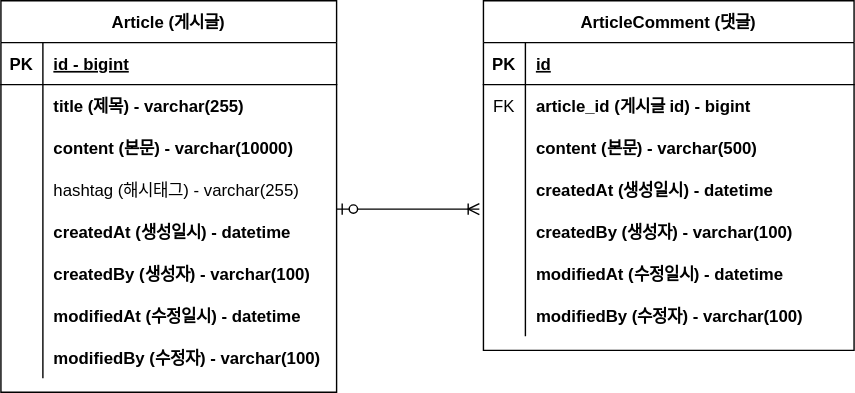
Above: fastcampus-project-board/document/project-board-erd.svg in jihye0418/STUDY-SPRING (draw.io), before the change. Source tidied: cells renumbered, new cells last; positions are measured from the earlier drawing's top-left corner, leaving out a move shared by most shapes.
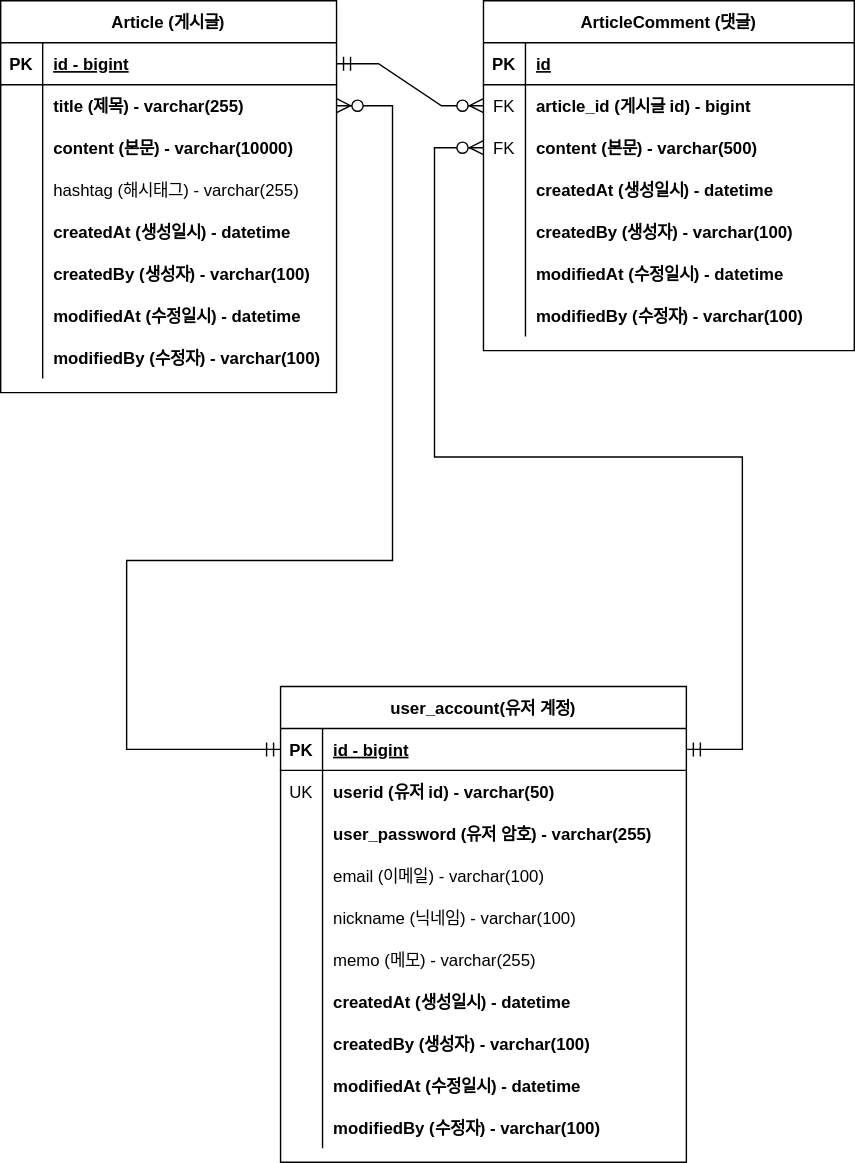
The same diagram one commit later.

Commit message:
#23 - 회원 계정 도메인 구현 및 erd 반영

Change to the diagram source:
```diff
@@ -26,7 +26,7 @@
     <mxCell id="9" style="shape=partialRectangle;fillColor=none;points=[[0,0.5],[1,0.5]];portConstraint=eastwest;top=0;left=0;right=0;bottom=0;" parent="2" vertex="1">
       <mxGeometry y="90" width="265" height="30" as="geometry" />
     </mxCell>
-    <mxCell id="10" style="shape=partialRectangle;overflow=hidden;fillColor=none;top=0;left=0;bottom=0;right=0;" parent="9" vertex="1">
+    <mxCell id="10" value="FK" style="shape=partialRectangle;overflow=hidden;fillColor=none;top=0;left=0;bottom=0;right=0;" parent="9" vertex="1">
       <mxGeometry width="30" height="30" as="geometry" />
     </mxCell>
     <mxCell id="11" value="content (본문) - varchar(500)" style="shape=partialRectangle;overflow=hidden;fillColor=none;top=0;left=0;bottom=0;right=0;align=left;spacingLeft=6;fontStyle=1;" parent="9" vertex="1">
@@ -146,10 +146,121 @@
     <mxCell id="49" style="shape=partialRectangle;overflow=hidden;fillColor=none;top=0;left=0;bottom=0;right=0;" parent="1" vertex="1">
       <mxGeometry x="40" y="90" width="30" height="30" as="geometry" />
     </mxCell>
-    <mxCell id="50" style="edgeStyle=entityRelationEdgeStyle;fontSize=12;html=1;endArrow=ERoneToMany;startArrow=ERzeroToOne;rounded=0;entryX=-0.011;entryY=-0.033;entryDx=0;entryDy=0;entryPerimeter=0;" parent="1" edge="1" target="15">
-      <mxGeometry relative="1" as="geometry">
-        <mxPoint x="240" y="149" as="sourcePoint" />
-      </mxGeometry>
-    </mxCell>
+    <mxCell id="51" value="user_account(유저 계정)" style="shape=table;startSize=30;rowLines=0;fontStyle=1;align=center;" parent="1" vertex="1">
+      <mxGeometry x="200" y="490" width="290" height="340" as="geometry" />
+    </mxCell>
+    <mxCell id="52" style="shape=partialRectangle;fillColor=none;points=[[0,0.5],[1,0.5]];portConstraint=eastwest;top=0;left=0;right=0;bottom=1;" parent="51" vertex="1">
+      <mxGeometry y="30" width="290" height="30" as="geometry" />
+    </mxCell>
+    <mxCell id="53" value="PK" style="shape=partialRectangle;overflow=hidden;fillColor=none;top=0;left=0;bottom=0;right=0;fontStyle=1;" parent="52" vertex="1">
+      <mxGeometry width="30" height="30" as="geometry" />
+    </mxCell>
+    <mxCell id="54" value="id - bigint" style="shape=partialRectangle;overflow=hidden;fillColor=none;top=0;left=0;bottom=0;right=0;align=left;spacingLeft=6;fontStyle=5;" parent="52" vertex="1">
+      <mxGeometry x="30" width="260" height="30" as="geometry" />
+    </mxCell>
+    <mxCell id="55" style="shape=partialRectangle;fillColor=none;top=0;left=0;right=0;bottom=0;" parent="51" vertex="1">
+      <mxGeometry y="60" width="290" height="30" as="geometry" />
+    </mxCell>
+    <mxCell id="56" value="UK" style="shape=partialRectangle;overflow=hidden;fillColor=none;top=0;left=0;bottom=0;right=0;" parent="55" vertex="1">
+      <mxGeometry width="30" height="30" as="geometry" />
+    </mxCell>
+    <mxCell id="57" value="userid (유저 id) - varchar(50)" style="shape=partialRectangle;overflow=hidden;fillColor=none;top=0;left=0;bottom=0;right=0;align=left;spacingLeft=6;fontStyle=1;" parent="55" vertex="1">
+      <mxGeometry x="30" width="260" height="30" as="geometry" />
+    </mxCell>
+    <mxCell id="58" style="shape=partialRectangle;fillColor=none;top=0;left=0;right=0;bottom=0;" parent="51" vertex="1">
+      <mxGeometry y="90" width="290" height="30" as="geometry" />
+    </mxCell>
+    <mxCell id="59" style="shape=partialRectangle;overflow=hidden;fillColor=none;top=0;left=0;bottom=0;right=0;" parent="58" vertex="1">
+      <mxGeometry width="30" height="30" as="geometry" />
+    </mxCell>
+    <mxCell id="60" value="user_password (유저 암호) - varchar(255)" style="shape=partialRectangle;overflow=hidden;fillColor=none;top=0;left=0;bottom=0;right=0;align=left;spacingLeft=6;fontStyle=1;" parent="58" vertex="1">
+      <mxGeometry x="30" width="260" height="30" as="geometry" />
+    </mxCell>
+    <mxCell id="61" style="shape=partialRectangle;fillColor=none;top=0;left=0;right=0;bottom=0;" parent="51" vertex="1">
+      <mxGeometry y="120" width="290" height="30" as="geometry" />
+    </mxCell>
+    <mxCell id="62" style="shape=partialRectangle;overflow=hidden;fillColor=none;top=0;left=0;bottom=0;right=0;" parent="61" vertex="1">
+      <mxGeometry width="30" height="30" as="geometry" />
+    </mxCell>
+    <mxCell id="63" value="email (이메일) - varchar(100)" style="shape=partialRectangle;overflow=hidden;fillColor=none;top=0;left=0;bottom=0;right=0;align=left;spacingLeft=6;" parent="61" vertex="1">
+      <mxGeometry x="30" width="260" height="30" as="geometry" />
+    </mxCell>
+    <mxCell id="64" style="shape=partialRectangle;fillColor=none;top=0;left=0;right=0;bottom=0;" parent="51" vertex="1">
+      <mxGeometry y="150" width="290" height="30" as="geometry" />
+    </mxCell>
+    <mxCell id="65" style="shape=partialRectangle;overflow=hidden;fillColor=none;top=0;left=0;bottom=0;right=0;" parent="64" vertex="1">
+      <mxGeometry width="30" height="30" as="geometry" />
+    </mxCell>
+    <mxCell id="66" value="nickname (닉네임) - varchar(100)" style="shape=partialRectangle;overflow=hidden;fillColor=none;top=0;left=0;bottom=0;right=0;align=left;spacingLeft=6;fontStyle=0;" parent="64" vertex="1">
+      <mxGeometry x="30" width="260" height="30" as="geometry" />
+    </mxCell>
+    <mxCell id="67" style="shape=partialRectangle;fillColor=none;top=0;left=0;right=0;bottom=0;" parent="51" vertex="1">
+      <mxGeometry y="180" width="290" height="30" as="geometry" />
+    </mxCell>
+    <mxCell id="68" style="shape=partialRectangle;overflow=hidden;fillColor=none;top=0;left=0;bottom=0;right=0;" parent="67" vertex="1">
+      <mxGeometry width="30" height="30" as="geometry" />
+    </mxCell>
+    <mxCell id="69" value="memo (메모) - varchar(255)" style="shape=partialRectangle;overflow=hidden;fillColor=none;top=0;left=0;bottom=0;right=0;align=left;spacingLeft=6;fontStyle=0;" parent="67" vertex="1">
+      <mxGeometry x="30" width="260" height="30" as="geometry" />
+    </mxCell>
+    <mxCell id="70" style="shape=partialRectangle;fillColor=none;top=0;left=0;right=0;bottom=0;" parent="51" vertex="1">
+      <mxGeometry y="210" width="290" height="30" as="geometry" />
+    </mxCell>
+    <mxCell id="71" style="shape=partialRectangle;overflow=hidden;fillColor=none;top=0;left=0;bottom=0;right=0;" parent="70" vertex="1">
+      <mxGeometry width="30" height="30" as="geometry" />
+    </mxCell>
+    <mxCell id="72" value="createdAt (생성일시) - datetime" style="shape=partialRectangle;overflow=hidden;fillColor=none;top=0;left=0;bottom=0;right=0;align=left;spacingLeft=6;fontStyle=1;" parent="70" vertex="1">
+      <mxGeometry x="30" width="260" height="30" as="geometry" />
+    </mxCell>
+    <mxCell id="73" style="shape=partialRectangle;fillColor=none;top=0;left=0;right=0;bottom=0;" parent="51" vertex="1">
+      <mxGeometry y="240" width="290" height="30" as="geometry" />
+    </mxCell>
+    <mxCell id="74" style="shape=partialRectangle;overflow=hidden;fillColor=none;top=0;left=0;bottom=0;right=0;" parent="73" vertex="1">
+      <mxGeometry width="30" height="30" as="geometry" />
+    </mxCell>
+    <mxCell id="75" value="createdBy (생성자) - varchar(100)" style="shape=partialRectangle;overflow=hidden;fillColor=none;top=0;left=0;bottom=0;right=0;align=left;spacingLeft=6;fontStyle=1;" parent="73" vertex="1">
+      <mxGeometry x="30" width="260" height="30" as="geometry" />
+    </mxCell>
+    <mxCell id="76" style="shape=partialRectangle;fillColor=none;top=0;left=0;right=0;bottom=0;" parent="51" vertex="1">
+      <mxGeometry y="270" width="290" height="30" as="geometry" />
+    </mxCell>
+    <mxCell id="77" style="shape=partialRectangle;overflow=hidden;fillColor=none;top=0;left=0;bottom=0;right=0;" parent="76" vertex="1">
+      <mxGeometry width="30" height="30" as="geometry" />
+    </mxCell>
+    <mxCell id="78" value="modifiedAt (수정일시) - datetime" style="shape=partialRectangle;overflow=hidden;fillColor=none;top=0;left=0;bottom=0;right=0;align=left;spacingLeft=6;fontStyle=1;" parent="76" vertex="1">
+      <mxGeometry x="30" width="260" height="30" as="geometry" />
+    </mxCell>
+    <mxCell id="79" style="shape=partialRectangle;fillColor=none;top=0;left=0;right=0;bottom=0;" parent="51" vertex="1">
+      <mxGeometry y="300" width="290" height="30" as="geometry" />
+    </mxCell>
+    <mxCell id="80" style="shape=partialRectangle;overflow=hidden;fillColor=none;top=0;left=0;bottom=0;right=0;" parent="79" vertex="1">
+      <mxGeometry width="30" height="30" as="geometry" />
+    </mxCell>
+    <mxCell id="81" value="modifiedBy (수정자) - varchar(100)" style="shape=partialRectangle;overflow=hidden;fillColor=none;top=0;left=0;bottom=0;right=0;align=left;spacingLeft=6;fontStyle=1;" parent="79" vertex="1">
+      <mxGeometry x="30" width="260" height="30" as="geometry" />
+    </mxCell>
+    <mxCell id="82" style="edgeStyle=orthogonalEdgeStyle;fontSize=12;html=1;endArrow=ERzeroToMany;startArrow=ERmandOne;rounded=0;startSize=8;endSize=8;entryX=1;entryY=0.5;entryDx=0;entryDy=0;exitX=0;exitY=0.5;exitDx=0;exitDy=0;" parent="1" edge="1" source="52" target="28">
+      <mxGeometry relative="1" as="geometry">
+        <Array as="points">
+          <mxPoint x="90" y="535" />
+          <mxPoint x="90" y="400" />
+          <mxPoint x="280" y="400" />
+          <mxPoint x="280" y="75" />
+        </Array>
+      </mxGeometry>
+    </mxCell>
+    <mxCell id="83" style="edgeStyle=entityRelationEdgeStyle;fontSize=12;html=1;endArrow=ERzeroToMany;startArrow=ERmandOne;rounded=0;startSize=8;endSize=8;exitX=1;exitY=0.5;exitDx=0;exitDy=0;entryX=0;entryY=0.5;entryDx=0;entryDy=0;" parent="1" edge="1" source="25" target="6">
+      <mxGeometry relative="1" as="geometry" />
+    </mxCell>
+    <mxCell id="84" style="edgeStyle=orthogonalEdgeStyle;fontSize=12;html=1;endArrow=ERzeroToMany;startArrow=ERmandOne;rounded=0;startSize=8;endSize=8;exitX=1;exitY=0.5;exitDx=0;exitDy=0;entryX=0;entryY=0.5;entryDx=0;entryDy=0;" parent="1" edge="1" source="52" target="9">
+      <mxGeometry relative="1" as="geometry">
+        <Array as="points">
+          <mxPoint x="530" y="535" />
+          <mxPoint x="530" y="326" />
+          <mxPoint x="310" y="326" />
+          <mxPoint x="310" y="105" />
+        </Array>
+      </mxGeometry>
+    </mxCell>
   </root>
 </mxGraphModel>
```
